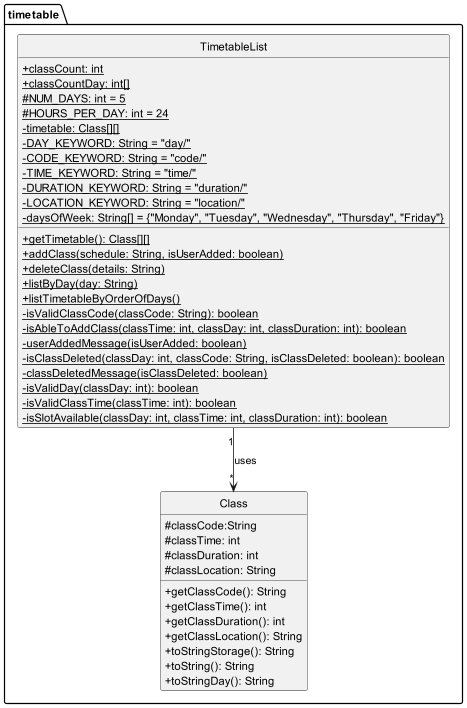
Earlier version of the PlantUML export docs/diagrams/classdiagram/TimetableCD.png (nyh3/tp).
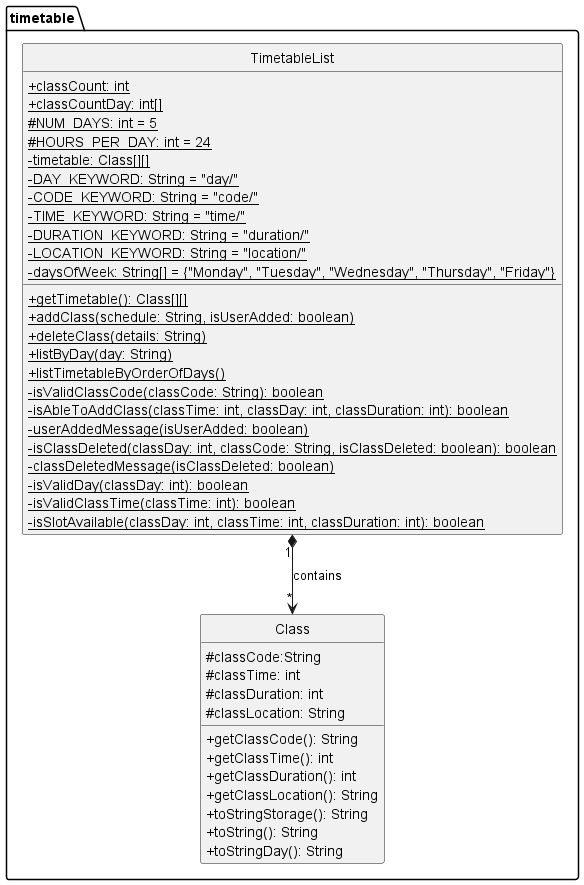
After the commit.

Commit message:
Add class diagram for process command

Diff of the diagram source:
```diff
@@ -46,5 +46,5 @@
     }
 }
 
-TimetableList "1" --> "*" Class: uses
+TimetableList "1" *--> "*" Class: contains
 @enduml
```
